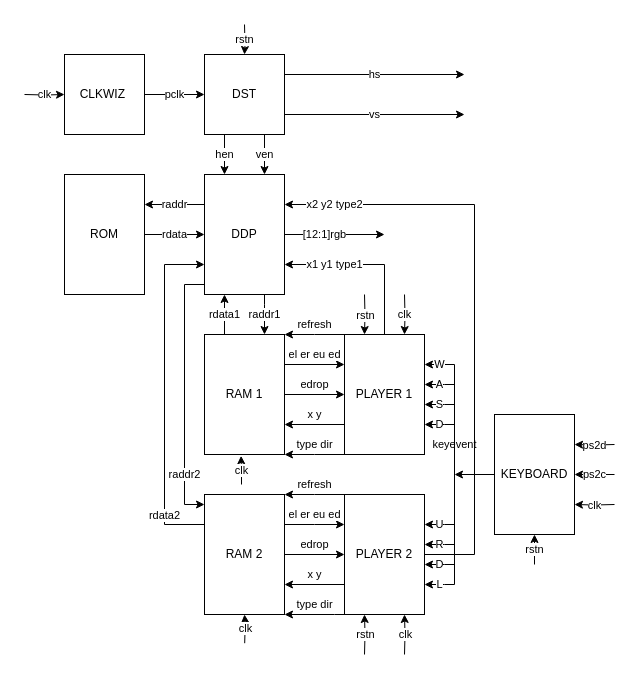
caochenrui/Draw.io keeps this draw.io diagram as 俄罗斯方块 框图.drawio. Above is the earlier version. Source tidied: cells renumbered, new cells numbered last; positions are measured from the earlier drawing's top-left corner, leaving out a move shared by most shapes. Both pictures are drawn from the tidied source at 100%, with x=0, y=0 at pixel (24, 24).
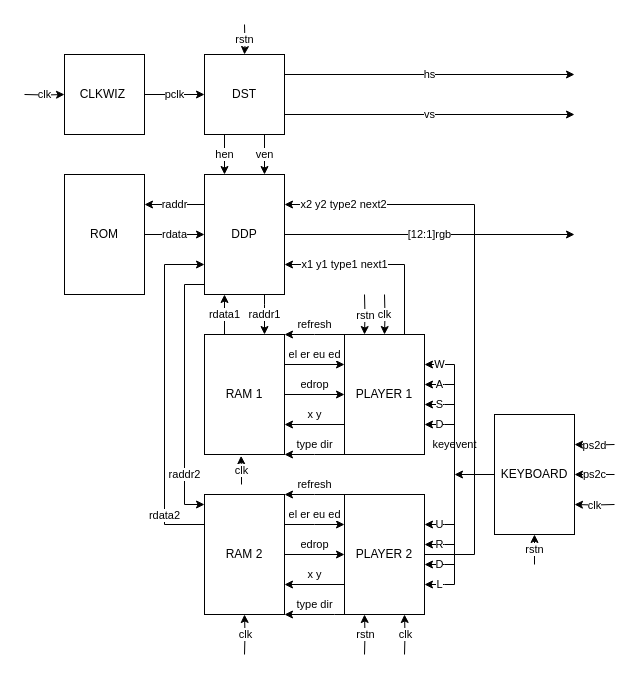
After the change.

Commit message (it also covers changes not shown here):
更新俄罗斯方块 框图.drawio

The change refers to these unchanged cells:
```xml
<mxCell id="8" value="DDP" style="rounded=0;whiteSpace=wrap;html=1;" parent="1" vertex="1">
  <mxGeometry x="180" y="150" width="80" height="120" as="geometry" />
</mxCell>
<mxCell id="16" value="PLAYER 1" style="rounded=0;whiteSpace=wrap;html=1;" parent="1" vertex="1">
  <mxGeometry x="320" y="310" width="80" height="120" as="geometry" />
</mxCell>
<mxCell id="26" value="DST" style="rounded=0;whiteSpace=wrap;html=1;" parent="1" vertex="1">
  <mxGeometry x="180" y="30" width="80" height="80" as="geometry" />
</mxCell>
<mxCell id="42" value="PLAYER 2" style="rounded=0;whiteSpace=wrap;html=1;" parent="1" vertex="1">
  <mxGeometry x="320" y="470" width="80" height="120" as="geometry" />
</mxCell>
<mxCell id="47" value="RAM 2" style="rounded=0;whiteSpace=wrap;html=1;" parent="1" vertex="1">
  <mxGeometry x="180" y="470" width="80" height="120" as="geometry" />
</mxCell>
```

Diff of the diagram source:
```diff
@@
     <mxCell id="4" value="[12:1]rgb" style="edgeStyle=orthogonalEdgeStyle;rounded=0;jettySize=auto;html=1;exitX=1;exitY=0.5;exitDx=0;exitDy=0;" parent="1" edge="1" source="8">
-      <mxGeometry x="-0.2" relative="1" as="geometry">
-        <mxPoint x="360" y="210" as="targetPoint" />
-        <Array as="points">
-          <mxPoint x="310" y="210" />
-          <mxPoint x="310" y="210" />
-        </Array>
+      <mxGeometry relative="1" as="geometry">
+        <mxPoint x="550" y="210" as="targetPoint" />
       </mxGeometry>
     </mxCell>
@@
-    <mxCell id="15" value="x1 y1 type1" style="edgeStyle=orthogonalEdgeStyle;rounded=0;jettySize=auto;html=1;exitX=0.5;exitY=0;exitDx=0;exitDy=0;entryX=1;entryY=0.75;entryDx=0;entryDy=0;" parent="1" edge="1" source="16" target="8">
-      <mxGeometry x="0.41" relative="1" as="geometry" />
+    <mxCell id="15" value="x1 y1 type1 next1" style="edgeStyle=orthogonalEdgeStyle;rounded=0;jettySize=auto;html=1;entryX=1;entryY=0.75;entryDx=0;entryDy=0;" parent="1" edge="1" source="16" target="8">
+      <mxGeometry x="0.37" relative="1" as="geometry">
+        <Array as="points">
+          <mxPoint x="380" y="240" />
+        </Array>
+      </mxGeometry>
     </mxCell>
@@
     <mxCell id="23" value="hs" style="edgeStyle=orthogonalEdgeStyle;rounded=0;jettySize=auto;html=1;exitX=1;exitY=0.25;exitDx=0;exitDy=0;" parent="1" edge="1" source="26">
       <mxGeometry relative="1" as="geometry">
-        <mxPoint x="440" y="50" as="targetPoint" />
+        <mxPoint x="550" y="50" as="targetPoint" />
       </mxGeometry>
     </mxCell>
     <mxCell id="24" value="vs" style="edgeStyle=orthogonalEdgeStyle;rounded=0;jettySize=auto;html=1;exitX=1;exitY=0.75;exitDx=0;exitDy=0;" parent="1" edge="1" source="26">
       <mxGeometry relative="1" as="geometry">
-        <mxPoint x="440" y="90" as="targetPoint" />
+        <mxPoint x="550" y="90" as="targetPoint" />
       </mxGeometry>
     </mxCell>
@@
-    <mxCell id="41" value="x2 y2 type2" style="edgeStyle=orthogonalEdgeStyle;rounded=0;jettySize=auto;html=1;entryX=1;entryY=0.25;entryDx=0;entryDy=0;" parent="1" edge="1" source="42" target="8">
-      <mxGeometry x="0.83" relative="1" as="geometry">
+    <mxCell id="41" value="x2 y2 type2 next2" style="edgeStyle=orthogonalEdgeStyle;rounded=0;jettySize=auto;html=1;entryX=1;entryY=0.25;entryDx=0;entryDy=0;" parent="1" edge="1" source="42" target="8">
+      <mxGeometry x="0.8" relative="1" as="geometry">
         <Array as="points">
           <mxPoint x="450" y="530" />
           <mxPoint x="450" y="180" />
         </Array>
       </mxGeometry>
     </mxCell>
@@
-    <mxCell id="51" value="clk" style="edgeStyle=orthogonalEdgeStyle;rounded=0;jettySize=auto;html=1;entryX=0.75;entryY=0;entryDx=0;entryDy=0;" parent="1" edge="1" target="16">
+    <mxCell id="51" value="clk" style="edgeStyle=orthogonalEdgeStyle;rounded=0;jettySize=auto;html=1;" parent="1" edge="1" target="16">
       <mxGeometry relative="1" as="geometry">
-        <mxPoint x="380" y="270" as="sourcePoint" />
+        <mxPoint x="360" y="270" as="sourcePoint" />
       </mxGeometry>
     </mxCell>
@@
     <mxCell id="56" value="clk" style="edgeStyle=orthogonalEdgeStyle;rounded=0;jettySize=auto;html=1;" parent="1" edge="1" target="47">
       <mxGeometry relative="1" as="geometry">
-        <mxPoint x="220.2" y="618.7" as="sourcePoint" />
+        <mxPoint x="220" y="630" as="sourcePoint" />
       </mxGeometry>
     </mxCell>
```
